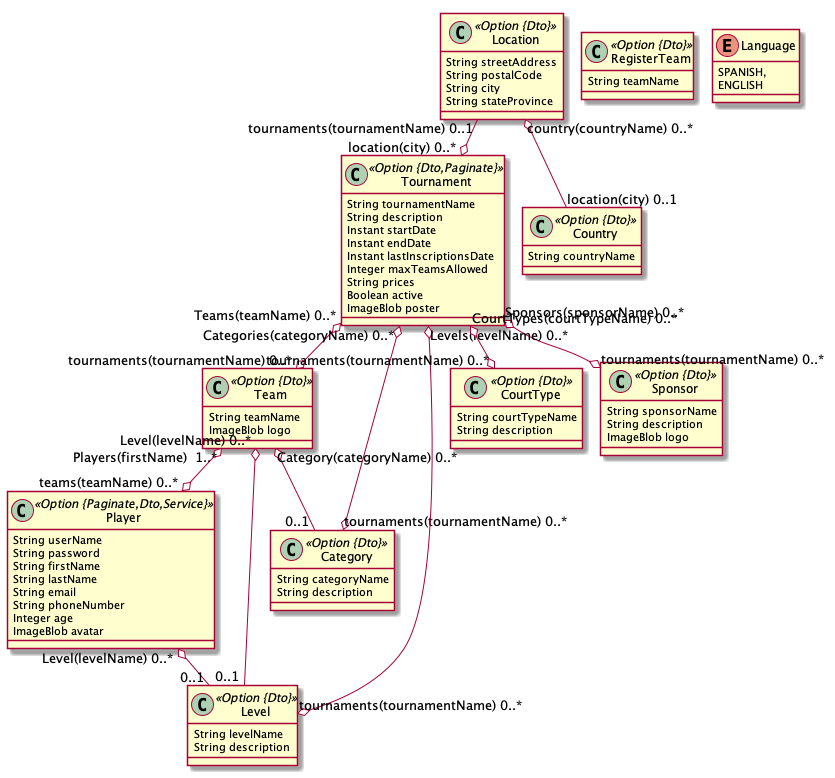
This is padel-tm-app-gpt.png from jjsanbra/padelTMApp, a PlantUML export, as it was before one commit.
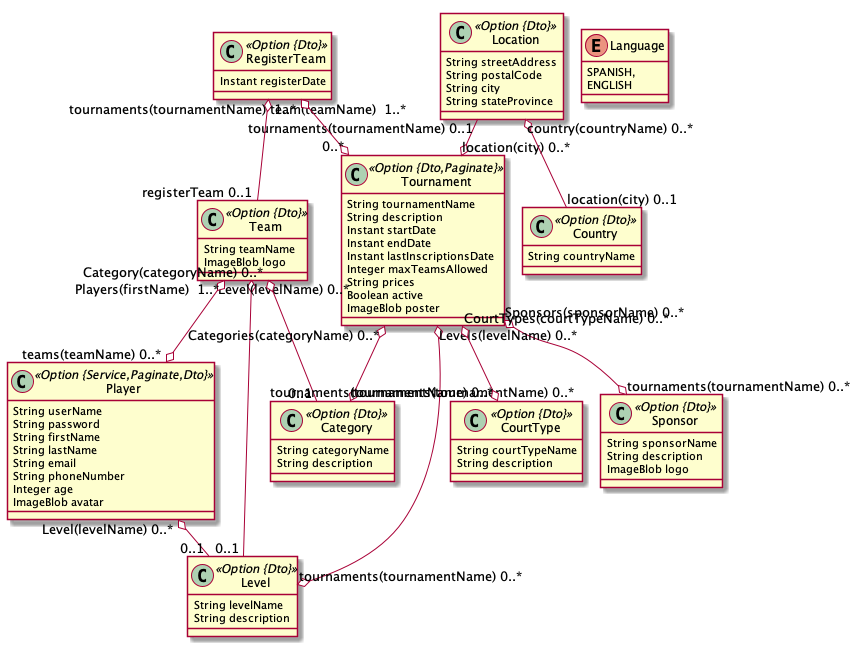
Above is the later version.

What changed in the source:
```diff
@@ -12,7 +12,7 @@
 		Boolean active
 		ImageBlob poster
 	}
-	class Player <<Option {Paginate,Dto,Service}>> {
+	class Player <<Option {Service,Paginate,Dto}>> {
 		String userName
 		String password
 		String firstName
@@ -27,7 +27,7 @@
 		ImageBlob logo
 	}
 	class RegisterTeam <<Option {Dto}>> {
-		String teamName
+		Instant registerDate
 	}
 	class Location <<Option {Dto}>> {
 		String streetAddress
@@ -64,10 +64,11 @@
 	Team  "Level(levelName) 0..* " o-- "0..1 "  Level
 	Team  "Category(categoryName) 0..* " o-- "0..1 "  Category
 	Location  "country(countryName) 0..* " o-- "location(city) 0..1 "  Country
+	RegisterTeam  "team(teamName)  1..* " o-- "registerTeam 0..1 "  Team
 	Tournament  "Sponsors(sponsorName) 0..* " o--o "tournaments(tournamentName) 0..* "  Sponsor
-	Tournament  "Teams(teamName) 0..* " o--o "tournaments(tournamentName) 0..* "  Team
 	Tournament  "Categories(categoryName) 0..* " o--o "tournaments(tournamentName) 0..* "  Category
 	Tournament  "Levels(levelName) 0..* " o--o "tournaments(tournamentName) 0..* "  Level
 	Tournament  "CourtTypes(courtTypeName) 0..* " o--o "tournaments(tournamentName) 0..* "  CourtType
 	Team  "Players(firstName)  1..* " o--o "teams(teamName) 0..* "  Player
+	RegisterTeam  "tournaments(tournamentName)  1..* " o--o "0..* "  Tournament
 @enduml
```
